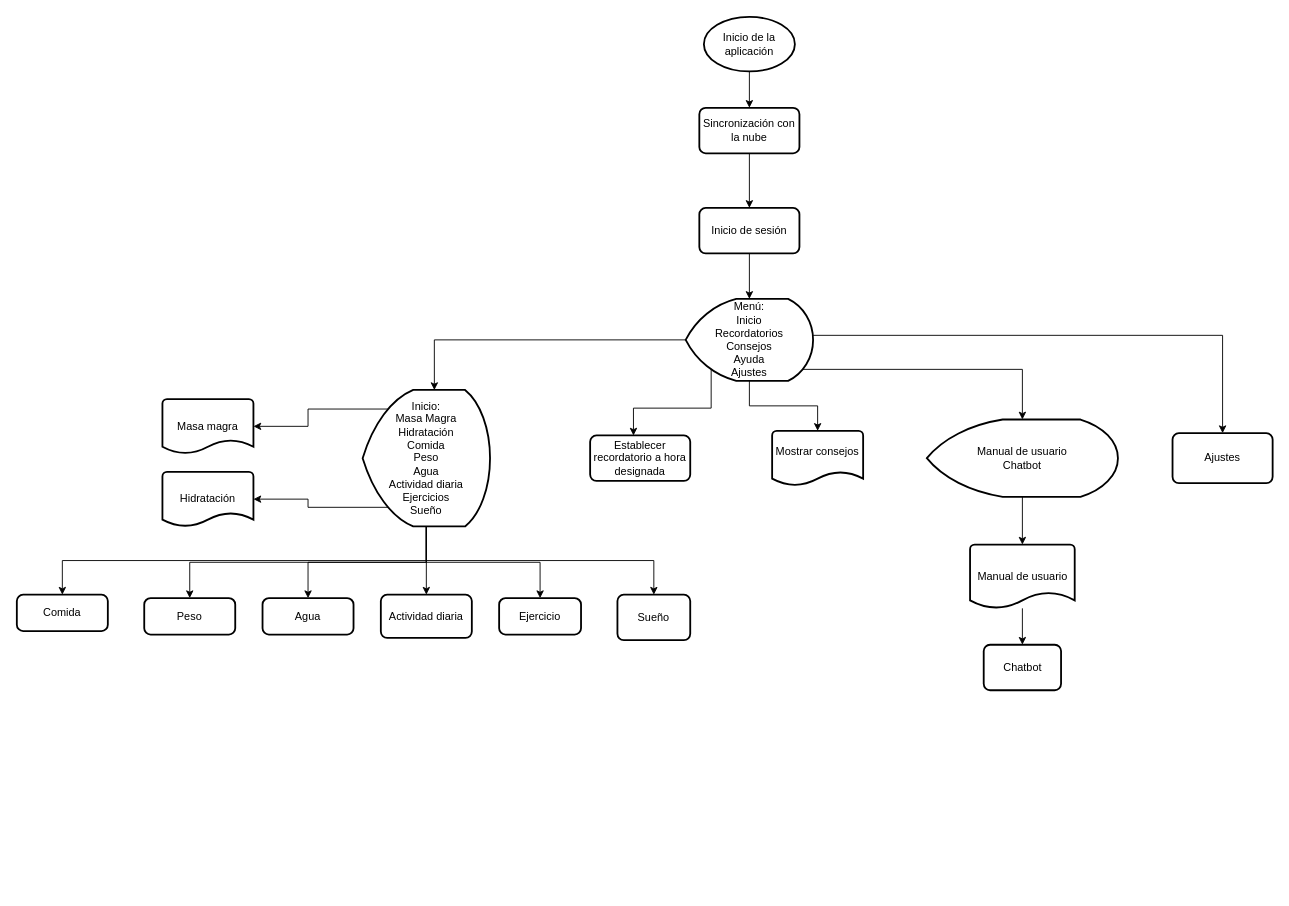
Above: Tercera_Fase/Diagramas de software/Diagrama_App.drawio in Angeloib98/BIATRONIC (draw.io), before the change. Source tidied: cells renumbered, new cells numbered last; positions are measured from the earlier drawing's top-left corner, leaving out a move shared by most shapes. Both pictures are drawn from the tidied source at 91%, with x=0, y=0 at pixel (16, 16).
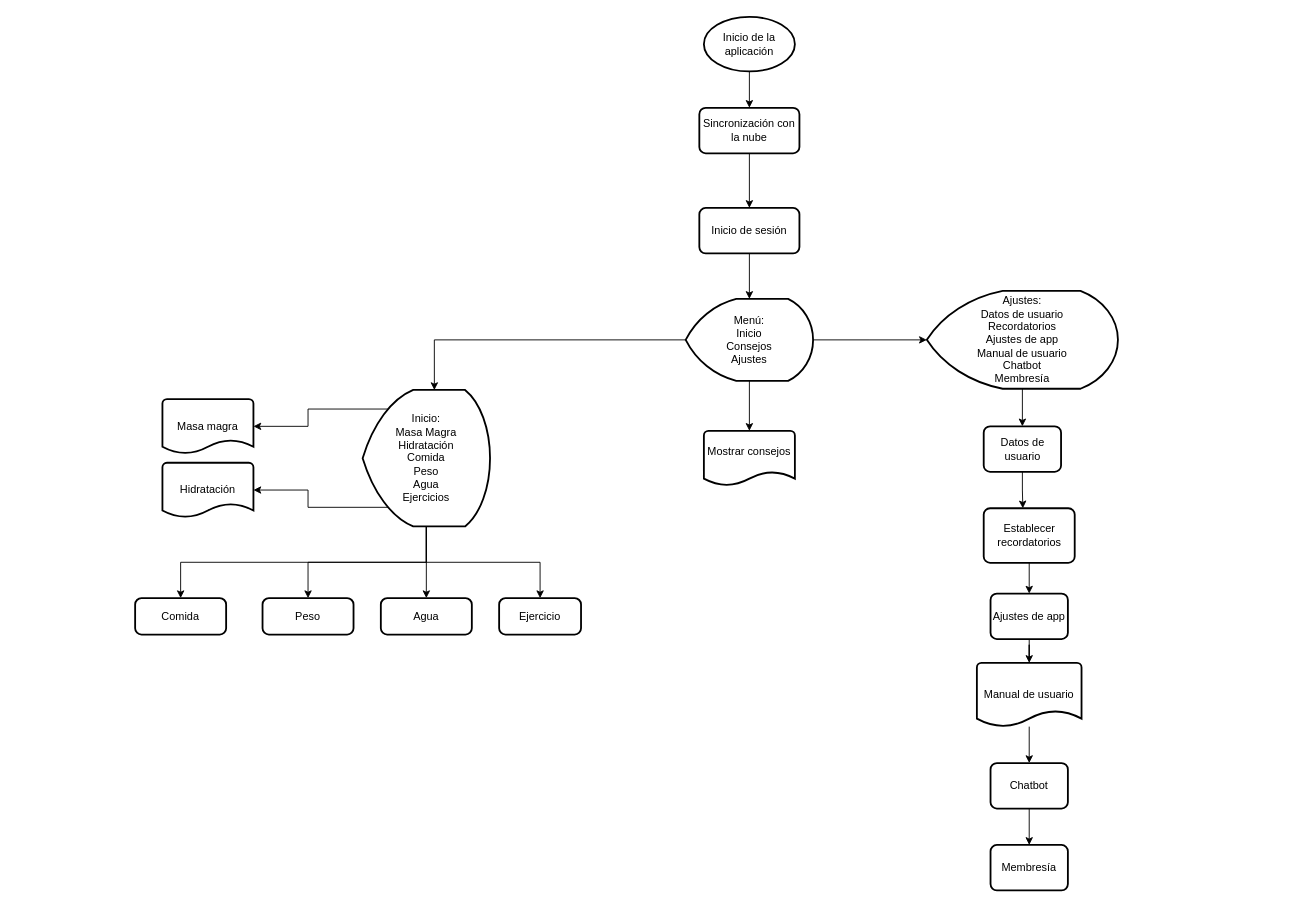
After the change.

Change to the diagram source:
```diff
@@
-    <mxCell id="9" style="edgeStyle=orthogonalEdgeStyle;rounded=0;jettySize=auto;html=1;exitX=0.2;exitY=0.86;exitDx=0;exitDy=0;exitPerimeter=0;entryX=0.433;entryY=0.003;entryDx=0;entryDy=0;entryPerimeter=0;" parent="1" edge="1" source="13" target="14">
-      <mxGeometry relative="1" as="geometry" />
-    </mxCell>
@@
-    <mxCell id="11" style="edgeStyle=orthogonalEdgeStyle;rounded=0;jettySize=auto;html=1;exitX=0.92;exitY=0.86;exitDx=0;exitDy=0;exitPerimeter=0;" parent="1" edge="1" source="13" target="17">
+    <mxCell id="11" style="edgeStyle=orthogonalEdgeStyle;rounded=0;jettySize=auto;html=1;exitX=1;exitY=0.5;exitDx=0;exitDy=0;exitPerimeter=0;" parent="1" edge="1" source="13" target="17">
       <mxGeometry relative="1" as="geometry" />
     </mxCell>
-    <mxCell id="12" style="edgeStyle=orthogonalEdgeStyle;rounded=0;jettySize=auto;html=1;exitX=1;exitY=0.5;exitDx=0;exitDy=0;exitPerimeter=0;entryX=0.5;entryY=0;entryDx=0;entryDy=0;" parent="1" edge="1" source="13" target="18">
-      <mxGeometry relative="1" as="geometry">
-        <Array as="points">
-          <mxPoint x="864" y="355" />
-          <mxPoint x="864" y="350" />
-          <mxPoint x="1325" y="350" />
-        </Array>
-      </mxGeometry>
-    </mxCell>
-    <mxCell id="13" value="Menú:&lt;br&gt;Inicio&lt;br&gt;Recordatorios&lt;br&gt;Consejos&lt;br&gt;Ayuda&lt;br&gt;Ajustes" style="strokeWidth=2;html=1;shape=mxgraph.flowchart.display;whiteSpace=wrap;" parent="1" vertex="1">
+    <mxCell id="13" value="Menú:&lt;br&gt;Inicio&lt;br&gt;Consejos&lt;br&gt;Ajustes" style="strokeWidth=2;html=1;shape=mxgraph.flowchart.display;whiteSpace=wrap;" parent="1" vertex="1">
       <mxGeometry x="735" y="310" width="140" height="90" as="geometry" />
     </mxCell>
-    <mxCell id="14" value="Establecer recordatorio a hora designada" style="rounded=1;whiteSpace=wrap;html=1;absoluteArcSize=1;arcSize=14;strokeWidth=2;" parent="1" vertex="1">
-      <mxGeometry x="630" y="460" width="110" height="50" as="geometry" />
-    </mxCell>
     <mxCell id="15" value="Mostrar consejos&lt;br&gt;&amp;nbsp;" style="strokeWidth=2;html=1;shape=mxgraph.flowchart.document2;whiteSpace=wrap;size=0.25;" parent="1" vertex="1">
-      <mxGeometry x="830" y="455" width="100" height="60" as="geometry" />
+      <mxGeometry x="755" y="455" width="100" height="60" as="geometry" />
     </mxCell>
-    <mxCell id="16" style="edgeStyle=orthogonalEdgeStyle;rounded=0;jettySize=auto;html=1;exitX=0.5;exitY=1;exitDx=0;exitDy=0;exitPerimeter=0;" parent="1" edge="1" source="17" target="29">
-      <mxGeometry relative="1" as="geometry" />
-    </mxCell>
+    <mxCell id="39" style="edgeStyle=orthogonalEdgeStyle;rounded=0;jettySize=auto;html=1;exitX=0.5;exitY=1;exitDx=0;exitDy=0;exitPerimeter=0;entryX=0.5;entryY=0;entryDx=0;entryDy=0;" parent="1" edge="1" source="17" target="44">
+      <mxGeometry relative="1" as="geometry" />
+    </mxCell>
-    <mxCell id="17" value="Manual de usuario&lt;br&gt;Chatbot" style="strokeWidth=2;html=1;shape=mxgraph.flowchart.display;whiteSpace=wrap;" parent="1" vertex="1">
-      <mxGeometry x="1000" y="442.5" width="210" height="85" as="geometry" />
+    <mxCell id="17" value="Ajustes:&lt;br&gt;Datos de usuario&lt;br&gt;Recordatorios&lt;br&gt;Ajustes de app&lt;br&gt;Manual de usuario&lt;br&gt;Chatbot&lt;br&gt;Membresía" style="strokeWidth=2;html=1;shape=mxgraph.flowchart.display;whiteSpace=wrap;" parent="1" vertex="1">
+      <mxGeometry x="1000" y="301.2" width="210" height="107.5" as="geometry" />
     </mxCell>
-    <mxCell id="18" value="Ajustes" style="rounded=1;whiteSpace=wrap;html=1;absoluteArcSize=1;arcSize=14;strokeWidth=2;" parent="1" vertex="1">
-      <mxGeometry x="1270" y="457.5" width="110" height="55" as="geometry" />
-    </mxCell>
@@
-    <mxCell id="24" style="edgeStyle=orthogonalEdgeStyle;rounded=0;jettySize=auto;html=1;exitX=0.5;exitY=1;exitDx=0;exitDy=0;exitPerimeter=0;entryX=0.5;entryY=0;entryDx=0;entryDy=0;" parent="1" edge="1" source="27" target="36">
-      <mxGeometry relative="1" as="geometry" />
-    </mxCell>
@@
-    <mxCell id="26" style="edgeStyle=orthogonalEdgeStyle;rounded=0;jettySize=auto;html=1;exitX=0.5;exitY=1;exitDx=0;exitDy=0;exitPerimeter=0;entryX=0.5;entryY=0;entryDx=0;entryDy=0;" parent="1" edge="1" source="27" target="38">
-      <mxGeometry relative="1" as="geometry" />
-    </mxCell>
-    <mxCell id="27" value="Inicio:&lt;br&gt;Masa Magra&lt;br&gt;Hidratación&lt;br&gt;Comida&lt;br&gt;Peso&lt;br&gt;Agua&lt;br&gt;Actividad diaria&lt;br&gt;Ejercicios&lt;br&gt;Sueño" style="strokeWidth=2;html=1;shape=mxgraph.flowchart.display;whiteSpace=wrap;" parent="1" vertex="1">
+    <mxCell id="27" value="Inicio:&lt;br&gt;Masa Magra&lt;br&gt;Hidratación&lt;br&gt;Comida&lt;br&gt;Peso&lt;br&gt;Agua&lt;br&gt;Ejercicios" style="strokeWidth=2;html=1;shape=mxgraph.flowchart.display;whiteSpace=wrap;" parent="1" vertex="1">
       <mxGeometry x="380" y="410" width="140" height="150" as="geometry" />
     </mxCell>
@@
     <mxCell id="29" value="Manual de usuario" style="strokeWidth=2;html=1;shape=mxgraph.flowchart.document2;whiteSpace=wrap;size=0.25;" parent="1" vertex="1">
-      <mxGeometry x="1047.5" y="580" width="115" height="70" as="geometry" />
+      <mxGeometry x="1055" y="710" width="115" height="70" as="geometry" />
     </mxCell>
+    <mxCell id="40" style="edgeStyle=orthogonalEdgeStyle;rounded=0;jettySize=auto;html=1;" parent="1" edge="1" source="30" target="47">
+      <mxGeometry relative="1" as="geometry" />
+    </mxCell>
     <mxCell id="30" value="Chatbot" style="rounded=1;whiteSpace=wrap;html=1;absoluteArcSize=1;arcSize=14;strokeWidth=2;" parent="1" vertex="1">
-      <mxGeometry x="1062.5" y="690" width="85" height="50" as="geometry" />
+      <mxGeometry x="1070" y="820" width="85" height="50" as="geometry" />
     </mxCell>
@@
     <mxCell id="32" value="Hidratación" style="strokeWidth=2;html=1;shape=mxgraph.flowchart.document2;whiteSpace=wrap;size=0.25;" parent="1" vertex="1">
-      <mxGeometry x="160" y="500" width="100" height="60" as="geometry" />
+      <mxGeometry x="160" y="490" width="100" height="60" as="geometry" />
     </mxCell>
     <mxCell id="33" value="Comida" style="rounded=1;whiteSpace=wrap;html=1;absoluteArcSize=1;arcSize=14;strokeWidth=2;" parent="1" vertex="1">
-      <mxGeometry y="635" width="100" height="40" as="geometry" />
+      <mxGeometry x="130" y="638.8" width="100" height="40" as="geometry" />
     </mxCell>
     <mxCell id="34" value="Peso" style="rounded=1;whiteSpace=wrap;html=1;absoluteArcSize=1;arcSize=14;strokeWidth=2;" parent="1" vertex="1">
-      <mxGeometry x="140" y="638.8" width="100" height="40" as="geometry" />
+      <mxGeometry x="270" y="638.8" width="100" height="40" as="geometry" />
     </mxCell>
     <mxCell id="35" value="Agua" style="rounded=1;whiteSpace=wrap;html=1;absoluteArcSize=1;arcSize=14;strokeWidth=2;" parent="1" vertex="1">
-      <mxGeometry x="270" y="638.8" width="100" height="40" as="geometry" />
+      <mxGeometry x="400" y="638.8" width="100" height="40" as="geometry" />
     </mxCell>
-    <mxCell id="36" value="Actividad diaria" style="rounded=1;whiteSpace=wrap;html=1;absoluteArcSize=1;arcSize=14;strokeWidth=2;" parent="1" vertex="1">
-      <mxGeometry x="400" y="635" width="100" height="47.5" as="geometry" />
-    </mxCell>
@@
-    <mxCell id="38" value="Sueño" style="rounded=1;whiteSpace=wrap;html=1;absoluteArcSize=1;arcSize=14;strokeWidth=2;" parent="1" vertex="1">
-      <mxGeometry x="660" y="635" width="80" height="50" as="geometry" />
-    </mxCell>
+    <mxCell id="41" style="edgeStyle=orthogonalEdgeStyle;rounded=0;jettySize=auto;html=1;exitX=0.5;exitY=1;exitDx=0;exitDy=0;entryX=0.5;entryY=0;entryDx=0;entryDy=0;" parent="1" edge="1" source="42" target="46">
+      <mxGeometry relative="1" as="geometry" />
+    </mxCell>
+    <mxCell id="42" value="Establecer recordatorios" style="rounded=1;whiteSpace=wrap;html=1;absoluteArcSize=1;arcSize=14;strokeWidth=2;" parent="1" vertex="1">
+      <mxGeometry x="1062.5" y="540" width="100" height="60" as="geometry" />
+    </mxCell>
+    <mxCell id="43" style="edgeStyle=orthogonalEdgeStyle;rounded=0;jettySize=auto;html=1;exitX=0.5;exitY=1;exitDx=0;exitDy=0;entryX=0.43;entryY=0.002;entryDx=0;entryDy=0;entryPerimeter=0;" parent="1" edge="1" source="44" target="42">
+      <mxGeometry relative="1" as="geometry" />
+    </mxCell>
+    <mxCell id="44" value="Datos de usuario" style="rounded=1;whiteSpace=wrap;html=1;absoluteArcSize=1;arcSize=14;strokeWidth=2;" parent="1" vertex="1">
+      <mxGeometry x="1062.5" y="450" width="85" height="50" as="geometry" />
+    </mxCell>
+    <mxCell id="45" style="edgeStyle=orthogonalEdgeStyle;rounded=0;jettySize=auto;html=1;" parent="1" edge="1" source="46" target="29">
+      <mxGeometry relative="1" as="geometry" />
+    </mxCell>
+    <mxCell id="46" value="Ajustes de app" style="rounded=1;whiteSpace=wrap;html=1;absoluteArcSize=1;arcSize=14;strokeWidth=2;" parent="1" vertex="1">
+      <mxGeometry x="1070" y="633.8" width="85" height="50" as="geometry" />
+    </mxCell>
+    <mxCell id="47" value="Membresía" style="rounded=1;whiteSpace=wrap;html=1;absoluteArcSize=1;arcSize=14;strokeWidth=2;" parent="1" vertex="1">
+      <mxGeometry x="1070" y="910" width="85" height="50" as="geometry" />
+    </mxCell>
```
